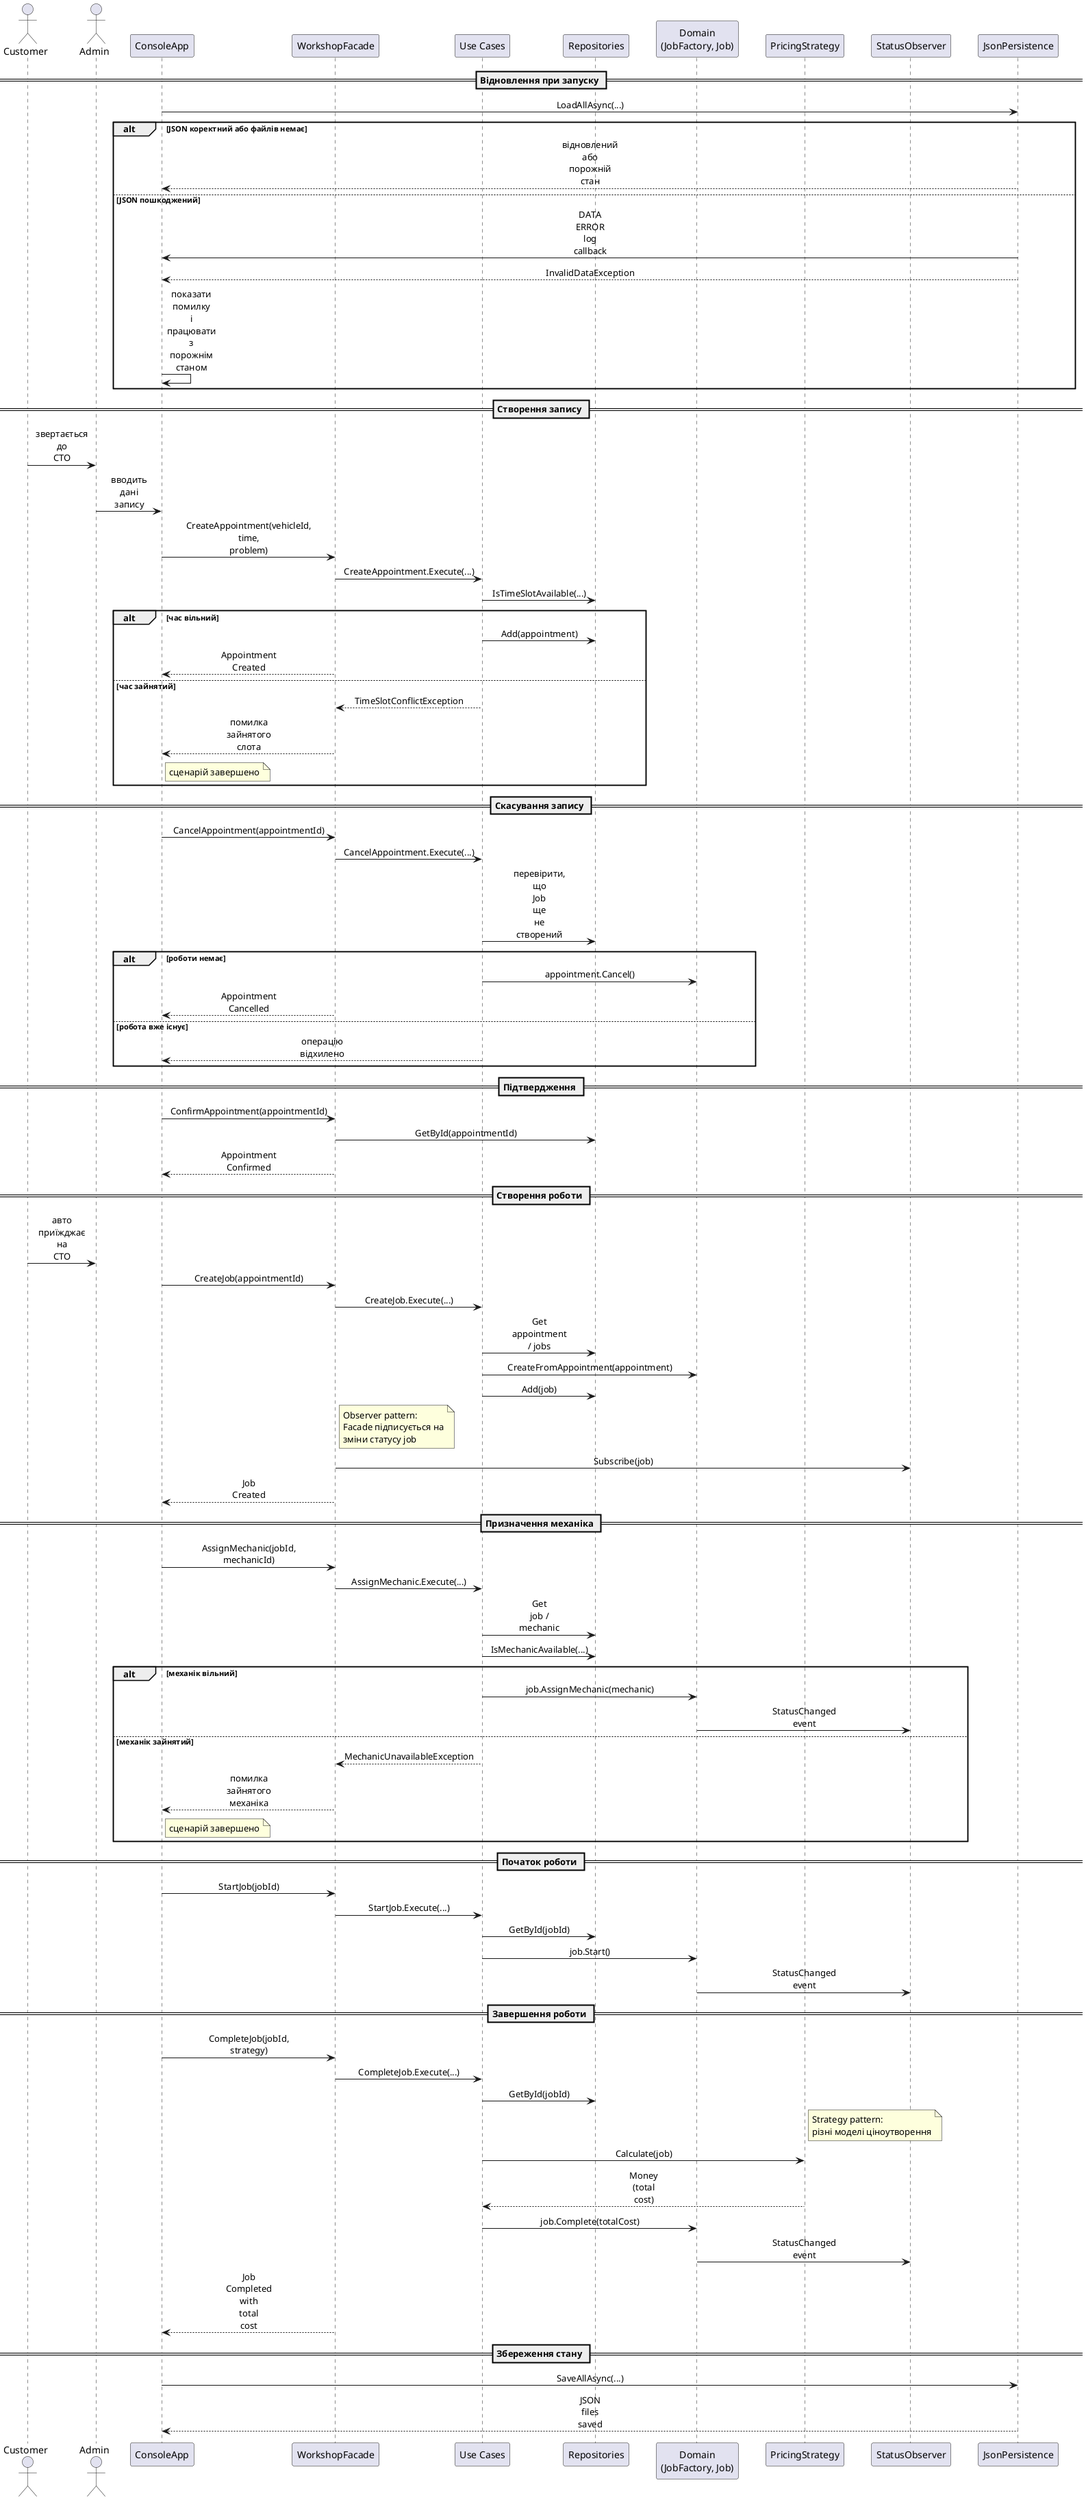
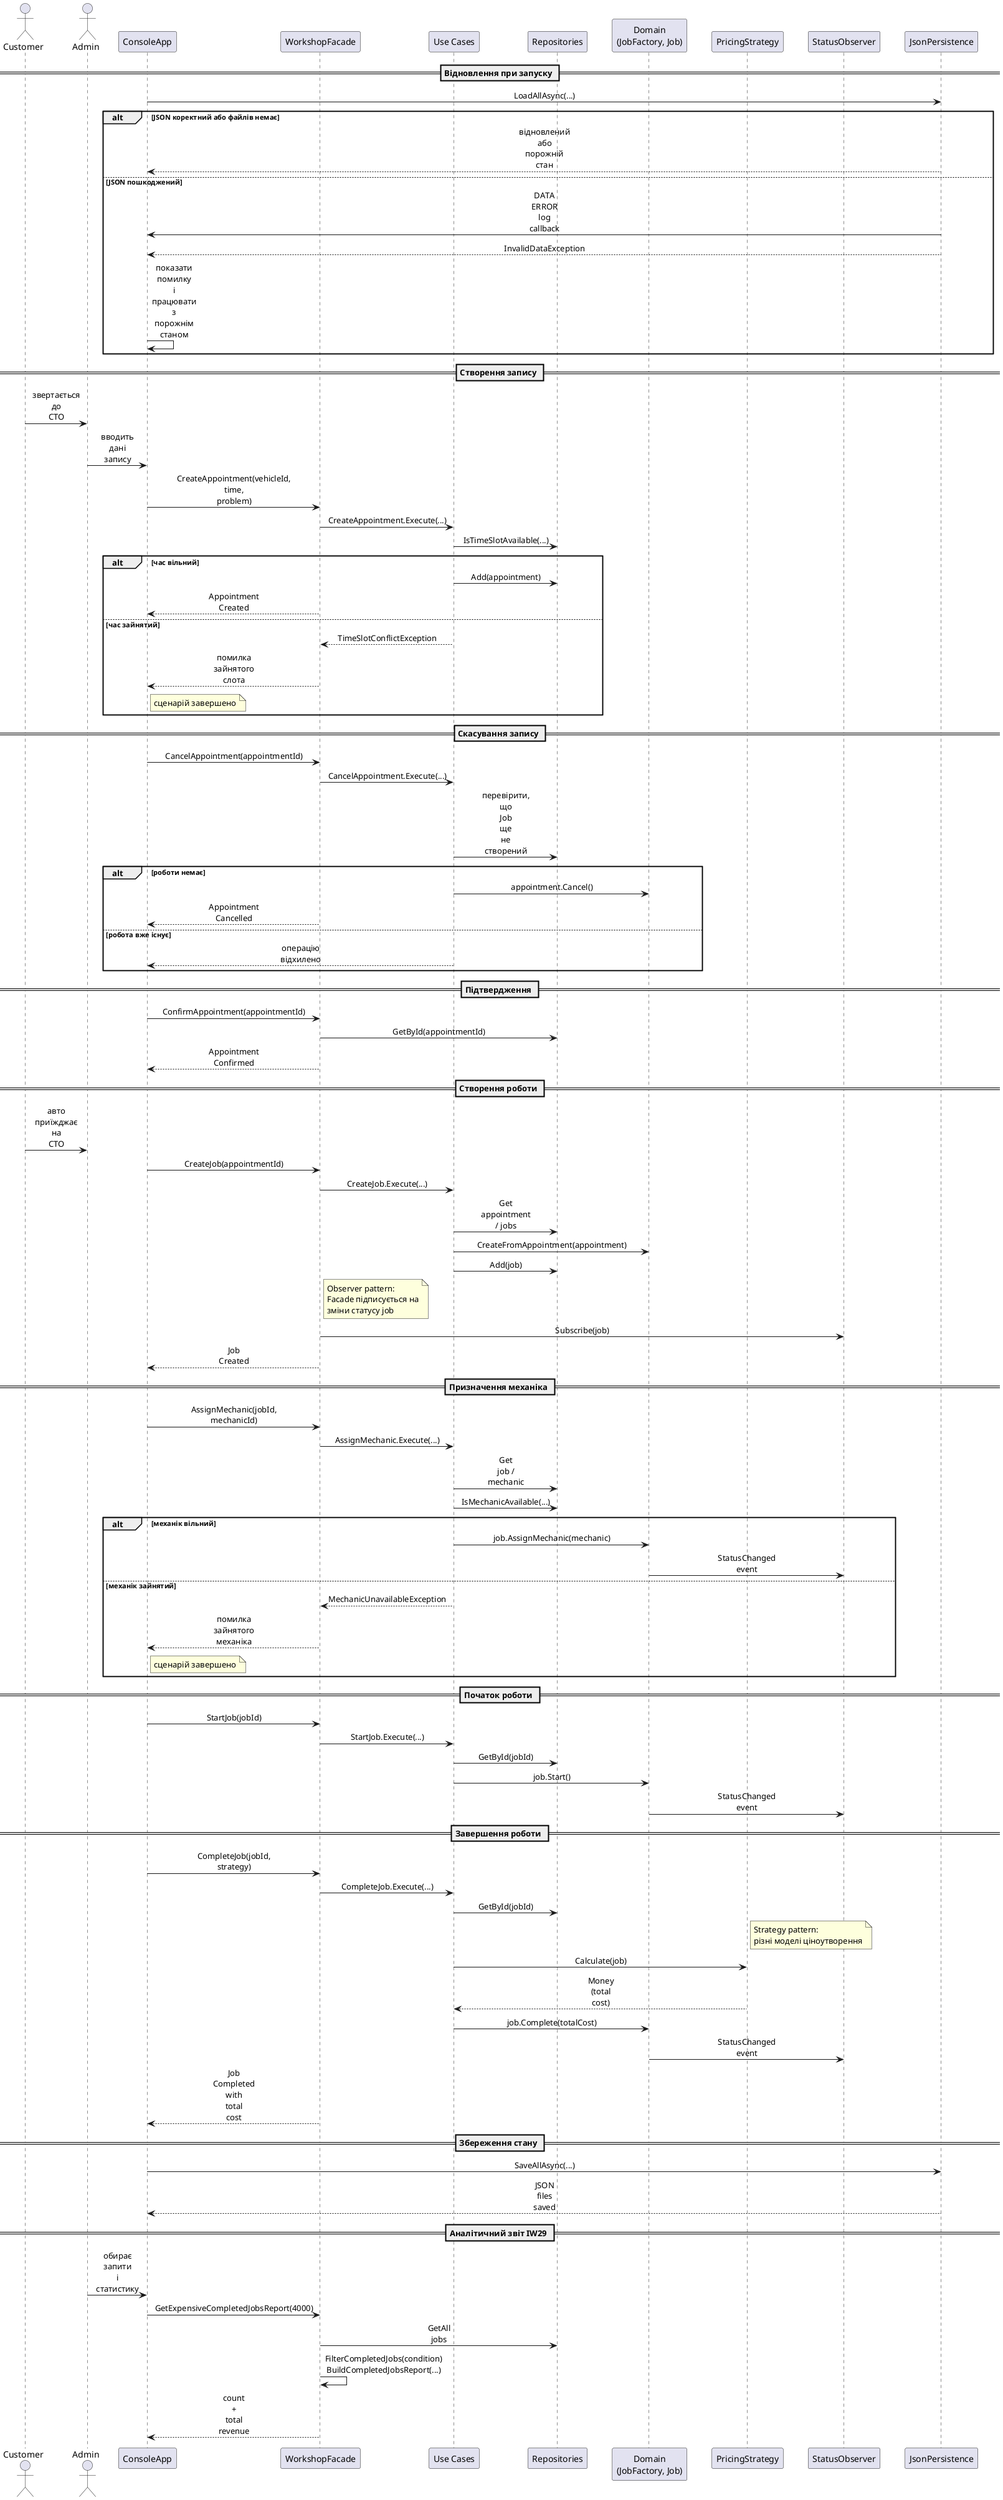
@startuml
skinparam ParticipantPadding 15
skinparam BoxPadding 10
skinparam sequenceMessageAlign center
skinparam maxMessageSize 35

actor Customer
actor Admin
participant "ConsoleApp" as Console
participant "WorkshopFacade" as Facade
participant "Use Cases" as UseCases
participant "Repositories" as Repos
participant "Domain\n(JobFactory, Job)" as Domain
participant "PricingStrategy" as Pricing
participant "StatusObserver" as Observer
participant "JsonPersistence" as Json

== Відновлення при запуску ==
Console -> Json : LoadAllAsync(...)
alt JSON коректний або файлів немає
    Json --> Console : відновлений або порожній стан
else JSON пошкоджений
    Json -> Console : DATA ERROR log callback
    Json --> Console : InvalidDataException
    Console -> Console : показати помилку і працювати з порожнім станом
end

== Створення запису ==
Customer -> Admin : звертається до СТО
Admin -> Console : вводить дані запису
Console -> Facade : CreateAppointment(vehicleId, time, problem)
Facade -> UseCases : CreateAppointment.Execute(...)
UseCases -> Repos : IsTimeSlotAvailable(...)

alt час вільний
    UseCases -> Repos : Add(appointment)
    Facade --> Console : Appointment Created
else час зайнятий
    UseCases --> Facade : TimeSlotConflictException
    Facade --> Console : помилка зайнятого слота
    note right of Console : сценарій завершено
end

== Скасування запису ==
Console -> Facade : CancelAppointment(appointmentId)
Facade -> UseCases : CancelAppointment.Execute(...)
UseCases -> Repos : перевірити, що Job ще не створений
alt роботи немає
    UseCases -> Domain : appointment.Cancel()
    Facade --> Console : Appointment Cancelled
else робота вже існує
    UseCases --> Console : операцію відхилено
end

== Підтвердження ==
Console -> Facade : ConfirmAppointment(appointmentId)
Facade -> Repos : GetById(appointmentId)
Facade --> Console : Appointment Confirmed

== Створення роботи ==
Customer -> Admin : авто приїжджає на СТО
Console -> Facade : CreateJob(appointmentId)
Facade -> UseCases : CreateJob.Execute(...)
UseCases -> Repos : Get appointment / jobs
UseCases -> Domain : CreateFromAppointment(appointment)
UseCases -> Repos : Add(job)
note right of Facade : Observer pattern:\nFacade підписується на\nзміни статусу job
Facade -> Observer : Subscribe(job)
Facade --> Console : Job Created

== Призначення механіка ==
Console -> Facade : AssignMechanic(jobId, mechanicId)
Facade -> UseCases : AssignMechanic.Execute(...)
UseCases -> Repos : Get job / mechanic
UseCases -> Repos : IsMechanicAvailable(...)

alt механік вільний
    UseCases -> Domain : job.AssignMechanic(mechanic)
    Domain -> Observer : StatusChanged event
else механік зайнятий
    UseCases --> Facade : MechanicUnavailableException
    Facade --> Console : помилка зайнятого механіка
    note right of Console : сценарій завершено
end

== Початок роботи ==
Console -> Facade : StartJob(jobId)
Facade -> UseCases : StartJob.Execute(...)
UseCases -> Repos : GetById(jobId)
UseCases -> Domain : job.Start()
Domain -> Observer : StatusChanged event

== Завершення роботи ==
Console -> Facade : CompleteJob(jobId, strategy)
Facade -> UseCases : CompleteJob.Execute(...)
UseCases -> Repos : GetById(jobId)
note right of Pricing : Strategy pattern:\nрізні моделі ціноутворення
UseCases -> Pricing : Calculate(job)
Pricing --> UseCases : Money (total cost)
UseCases -> Domain : job.Complete(totalCost)
Domain -> Observer : StatusChanged event
Facade --> Console : Job Completed with total cost

== Збереження стану ==
Console -> Json : SaveAllAsync(...)
Json --> Console : JSON files saved
+ 
+ == Аналітичний звіт IW29 ==
+ Admin -> Console : обирає запити і статистику
+ Console -> Facade : GetExpensiveCompletedJobsReport(4000)
+ Facade -> Repos : GetAll jobs
+ Facade -> Facade : FilterCompletedJobs(condition)\nBuildCompletedJobsReport(...)
+ Facade --> Console : count + total revenue
@enduml
